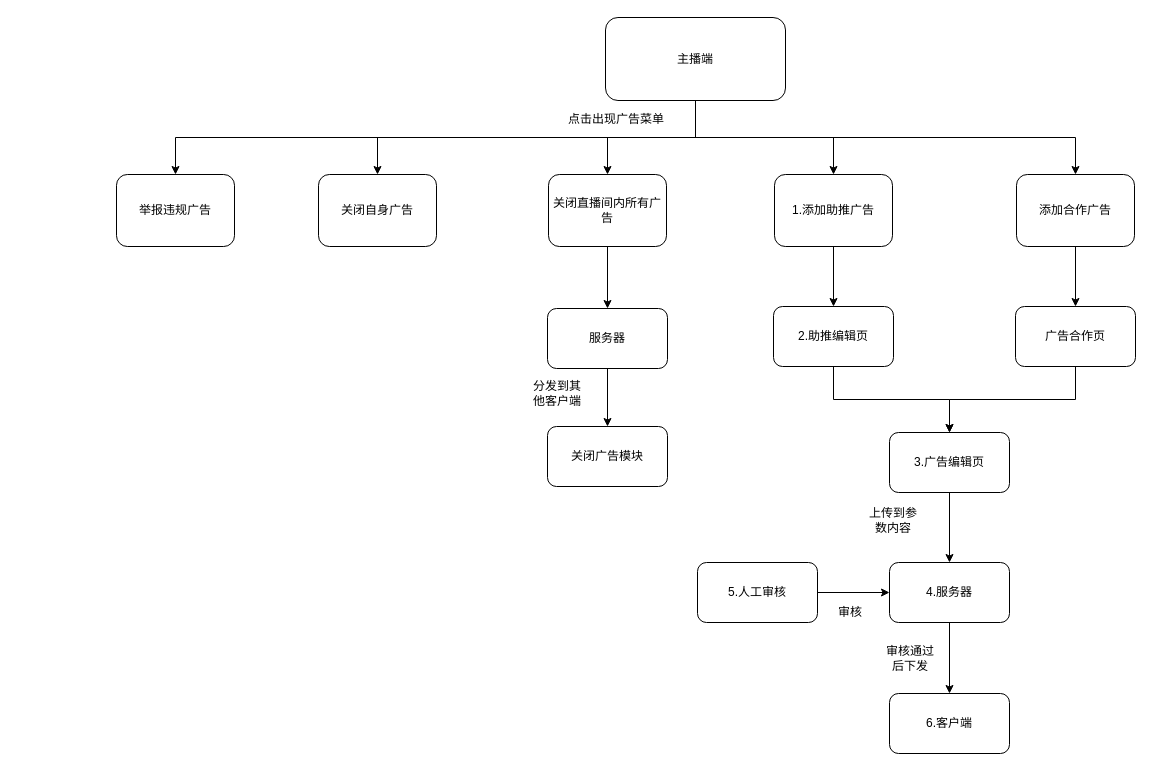
Before: page "Page-7" (7 of 9) of 第三方广告.drawio in cangwang/news, a draw.io diagram. Source tidied: cells renumbered, new cells numbered last; positions are measured from the earlier drawing's top-left corner, leaving out a move shared by most shapes. Both pictures are drawn from the tidied source at 100%, with x=0, y=0 at pixel (116, 17).
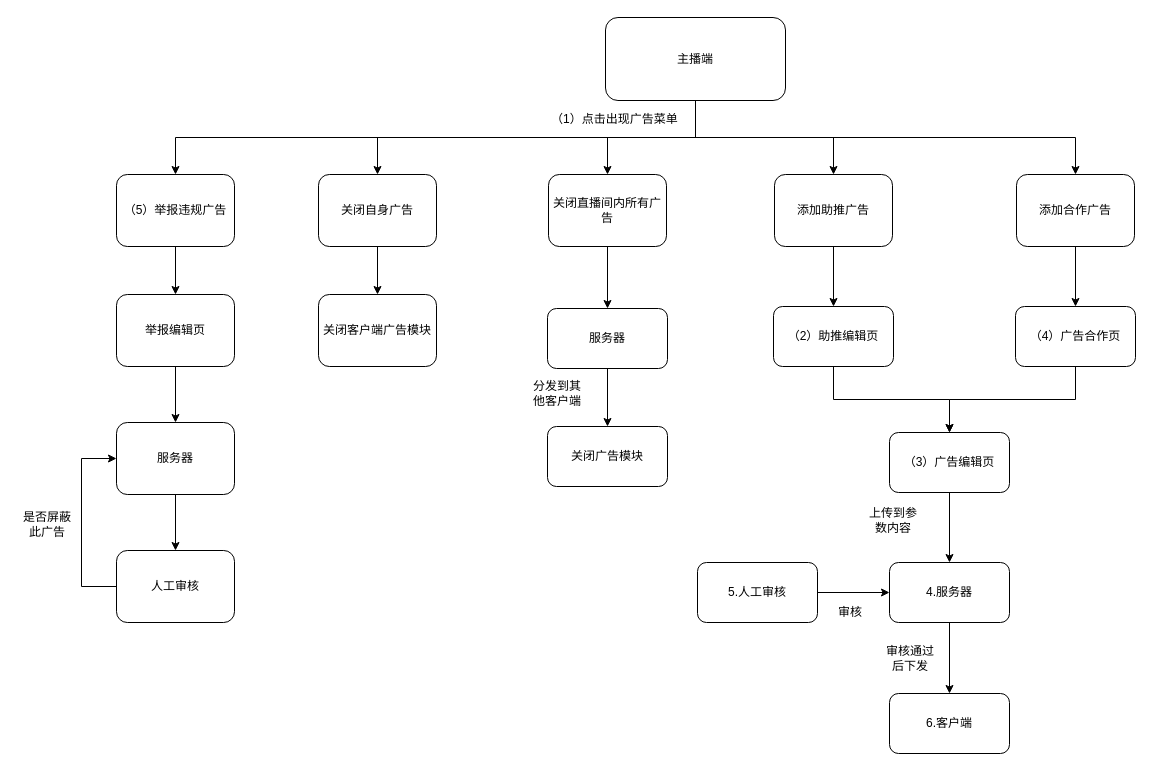
Above is the later version.

Unchanged cells that the change refers to:
```xml
<mxCell id="8" value="关闭自身广告" style="rounded=1;whiteSpace=wrap;html=1;" parent="1" vertex="1">
  <mxGeometry x="202" y="157" width="118" height="72" as="geometry" />
</mxCell>
```

The edit, as a diff of the source:
```diff
@@
-    <mxCell id="7" value="主播端&lt;br&gt;" style="rounded=1;whiteSpace=wrap;html=1;" parent="1" vertex="1">
+    <mxCell id="7" value="主播端" style="rounded=1;whiteSpace=wrap;html=1;" parent="1" vertex="1">
       <mxGeometry x="489" width="180" height="83" as="geometry" />
     </mxCell>
+    <mxCell id="35" style="edgeStyle=orthogonalEdgeStyle;rounded=0;jettySize=auto;html=1;exitX=0.5;exitY=1;exitDx=0;exitDy=0;" parent="1" edge="1" source="8" target="37">
+      <mxGeometry relative="1" as="geometry" />
+    </mxCell>
@@
-    <mxCell id="12" value="1.添加助推广告" style="rounded=1;whiteSpace=wrap;html=1;" parent="1" vertex="1">
+    <mxCell id="12" value="添加助推广告" style="rounded=1;whiteSpace=wrap;html=1;" parent="1" vertex="1">
       <mxGeometry x="658" y="157" width="118" height="72" as="geometry" />
     </mxCell>
@@
+    <mxCell id="36" style="edgeStyle=orthogonalEdgeStyle;rounded=0;jettySize=auto;html=1;exitX=0.5;exitY=1;exitDx=0;exitDy=0;" parent="1" edge="1" source="19" target="39">
+      <mxGeometry relative="1" as="geometry" />
+    </mxCell>
-    <mxCell id="19" value="举报违规广告" style="rounded=1;whiteSpace=wrap;html=1;" parent="1" vertex="1">
+    <mxCell id="19" value="（5）举报违规广告" style="rounded=1;whiteSpace=wrap;html=1;" parent="1" vertex="1">
       <mxGeometry y="157" width="118" height="72" as="geometry" />
     </mxCell>
@@
-    <mxCell id="21" value="2.助推编辑页" style="rounded=1;whiteSpace=wrap;html=1;" parent="1" vertex="1">
+    <mxCell id="21" value="（2）助推编辑页" style="rounded=1;whiteSpace=wrap;html=1;" parent="1" vertex="1">
       <mxGeometry x="657" y="289" width="120" height="60" as="geometry" />
     </mxCell>
@@
-    <mxCell id="23" value="3.广告编辑页" style="rounded=1;whiteSpace=wrap;html=1;" parent="1" vertex="1">
+    <mxCell id="23" value="（3）广告编辑页" style="rounded=1;whiteSpace=wrap;html=1;" parent="1" vertex="1">
       <mxGeometry x="773" y="415" width="120" height="60" as="geometry" />
     </mxCell>
@@
-    <mxCell id="30" value="广告合作页" style="rounded=1;whiteSpace=wrap;html=1;" parent="1" vertex="1">
+    <mxCell id="30" value="（4）广告合作页" style="rounded=1;whiteSpace=wrap;html=1;" parent="1" vertex="1">
       <mxGeometry x="899" y="289" width="120" height="60" as="geometry" />
     </mxCell>
@@
-    <mxCell id="34" value="&lt;span style=&quot;color: rgb(0, 0, 0); font-family: helvetica; font-size: 12px; font-style: normal; font-weight: 400; letter-spacing: normal; text-align: center; text-indent: 0px; text-transform: none; word-spacing: 0px; background-color: rgb(255, 255, 255); display: inline; float: none;&quot;&gt;点击出现广告菜单&lt;/span&gt;" style="text;whiteSpace=wrap;html=1;" parent="1" vertex="1">
-      <mxGeometry x="450" y="88" width="116" height="28" as="geometry" />
+    <mxCell id="34" value="&lt;span style=&quot;color: rgb(0 , 0 , 0) ; font-family: &amp;#34;helvetica&amp;#34; ; font-size: 12px ; font-style: normal ; font-weight: 400 ; letter-spacing: normal ; text-align: center ; text-indent: 0px ; text-transform: none ; word-spacing: 0px ; background-color: rgb(255 , 255 , 255) ; display: inline ; float: none&quot;&gt;（1）点击出现广告菜单&lt;/span&gt;" style="text;whiteSpace=wrap;html=1;" parent="1" vertex="1">
+      <mxGeometry x="433" y="88" width="133" height="28" as="geometry" />
     </mxCell>
+    <mxCell id="37" value="关闭客户端广告模块" style="rounded=1;whiteSpace=wrap;html=1;" parent="1" vertex="1">
+      <mxGeometry x="202" y="277" width="118" height="72" as="geometry" />
+    </mxCell>
+    <mxCell id="38" style="edgeStyle=orthogonalEdgeStyle;rounded=0;jettySize=auto;html=1;exitX=0.5;exitY=1;exitDx=0;exitDy=0;" parent="1" edge="1" source="39" target="41">
+      <mxGeometry relative="1" as="geometry" />
+    </mxCell>
+    <mxCell id="39" value="举报编辑页" style="rounded=1;whiteSpace=wrap;html=1;" parent="1" vertex="1">
+      <mxGeometry y="277" width="118" height="72" as="geometry" />
+    </mxCell>
+    <mxCell id="40" style="edgeStyle=orthogonalEdgeStyle;rounded=0;jettySize=auto;html=1;exitX=0.5;exitY=1;exitDx=0;exitDy=0;" parent="1" edge="1" source="41" target="43">
+      <mxGeometry relative="1" as="geometry" />
+    </mxCell>
+    <mxCell id="41" value="服务器" style="rounded=1;whiteSpace=wrap;html=1;" parent="1" vertex="1">
+      <mxGeometry y="405" width="118" height="72" as="geometry" />
+    </mxCell>
+    <mxCell id="42" style="edgeStyle=orthogonalEdgeStyle;rounded=0;jettySize=auto;html=1;exitX=0;exitY=0.5;exitDx=0;exitDy=0;entryX=0;entryY=0.5;entryDx=0;entryDy=0;" parent="1" edge="1" source="43" target="41">
+      <mxGeometry relative="1" as="geometry">
+        <Array as="points">
+          <mxPoint x="-35" y="569" />
+          <mxPoint x="-35" y="441" />
+        </Array>
+      </mxGeometry>
+    </mxCell>
+    <mxCell id="43" value="人工审核" style="rounded=1;whiteSpace=wrap;html=1;" parent="1" vertex="1">
+      <mxGeometry y="533" width="118" height="72" as="geometry" />
+    </mxCell>
+    <mxCell id="44" value="是否屏蔽此广告" style="text;html=1;strokeColor=none;fillColor=none;align=center;verticalAlign=middle;whiteSpace=wrap;rounded=0;" parent="1" vertex="1">
+      <mxGeometry x="-99" y="492" width="60" height="30" as="geometry" />
+    </mxCell>
```
